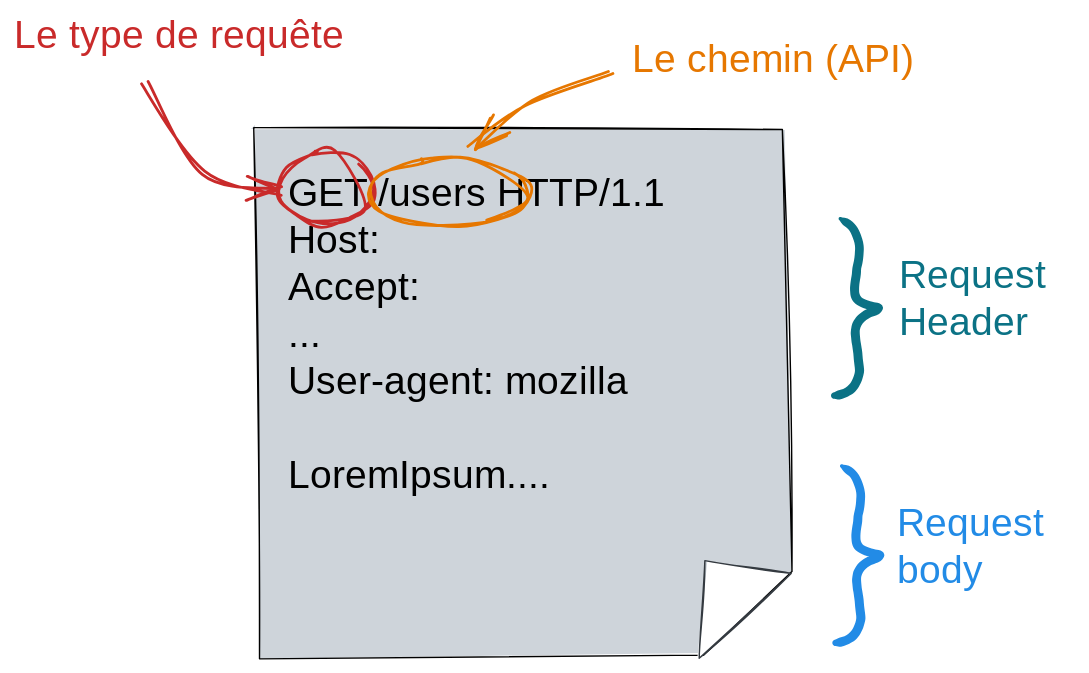
ue22-p25/backend keeps this Excalidraw diagram as notebooks/media/http-request.excalidraw.svg. Above is the earlier version. Source tidied: one line per element, renumbered; positions are measured from the earlier drawing's top-left corner, leaving out a move shared by most shapes.
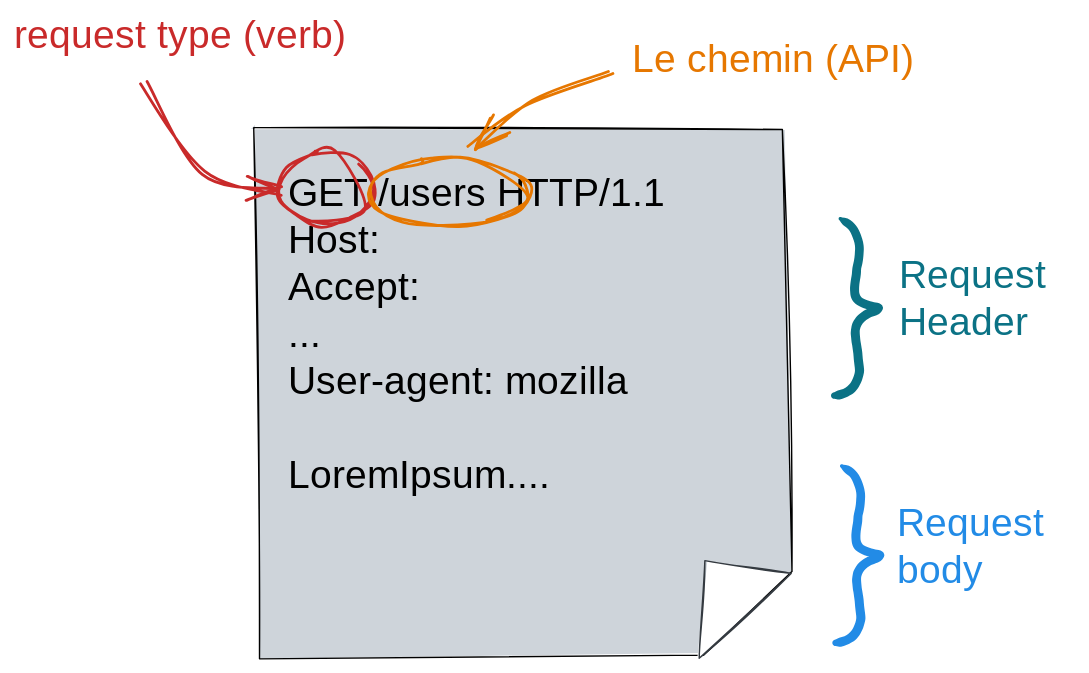
Above is the later version.

What changed in the source:
```diff
@@ -7,7 +7,7 @@
 {"id": 6, "type": "text", "text": "Request \nbody", "strokeColor": "#228be6", "strokeWidth": 4, "roughness": 2, "fontSize": 28, "fontFamily": 1, "x": 631, "y": 349, "width": 126, "height": 67}
 {"id": 7, "type": "ellipse", "strokeColor": "#c92a2a", "strokeWidth": 2, "roughness": 2, "round": true, "x": 190, "y": 99, "width": 65, "height": 53}
 {"id": 8, "type": "ellipse", "strokeColor": "#e67700", "strokeWidth": 2, "roughness": 2, "round": true, "x": 253, "y": 103, "width": 115, "height": 49}
-{"id": 9, "type": "text", "text": "Le type de requête", "strokeColor": "#c92a2a", "strokeWidth": 2, "roughness": 2, "fontSize": 28, "fontFamily": 1, "x": 0, "y": 0, "width": 272, "height": 34}
+{"id": 9, "type": "text", "text": "request type (verb)", "strokeColor": "#c92a2a", "strokeWidth": 2, "roughness": 2, "fontSize": 28, "fontFamily": 1, "x": 0, "y": 0, "width": 268, "height": 34}
-{"id": 10, "type": "arrow", "strokeColor": "#c92a2a", "strokeWidth": 2, "roughness": 2, "endArrowhead": "arrow", "round": true, "from": 9, "x": 92, "y": 48, "width": 98, "height": 79, "points": [[0, 0], [43, 66], [98, 79]]}
+{"id": 10, "type": "arrow", "strokeColor": "#c92a2a", "strokeWidth": 2, "roughness": 2, "endArrowhead": "arrow", "round": true, "from": 9, "x": 91, "y": 48, "width": 99, "height": 79, "points": [[0, 0], [44, 66], [99, 79]]}
 {"id": 11, "type": "text", "text": "Le chemin (API) ", "strokeColor": "#e67700", "strokeWidth": 2, "roughness": 2, "fontSize": 28, "fontFamily": 1, "x": 441, "y": 18, "width": 227, "height": 34}
 {"id": 12, "type": "arrow", "strokeColor": "#e67700", "strokeWidth": 2, "roughness": 2, "endArrowhead": "arrow", "round": true, "from": 11, "x": 427, "y": 40, "width": 101, "height": 57, "points": [[0, 0], [-60, 23], [-101, 57]]}
```
